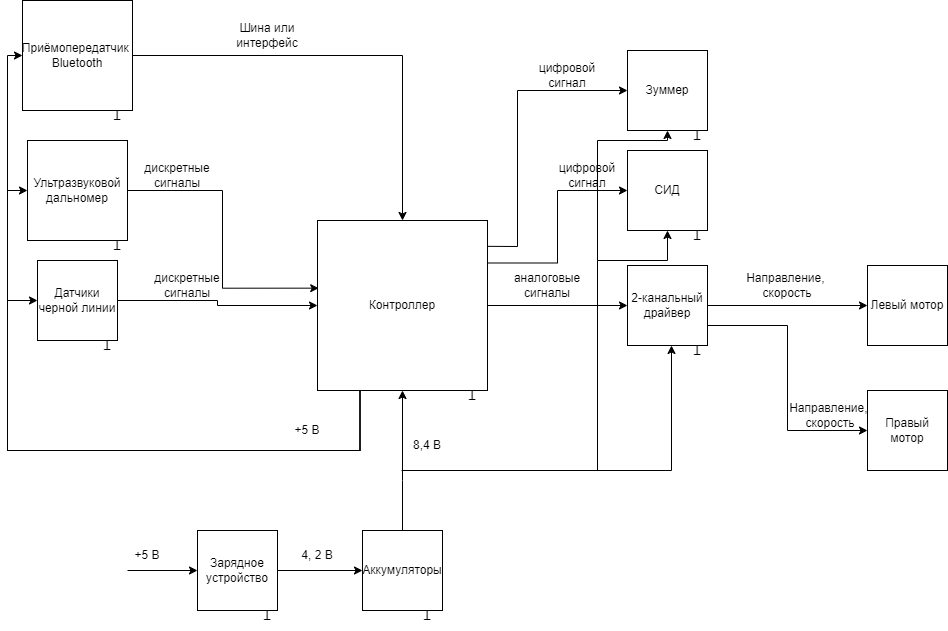
This is AcariTech struct.drawio.png from ksinph/PSTU_LABS_2023, a draw.io export, as it was before one commit. Source tidied: cells renumbered, new cells last; positions are measured from the earlier drawing's top-left corner, leaving out a move shared by most shapes.
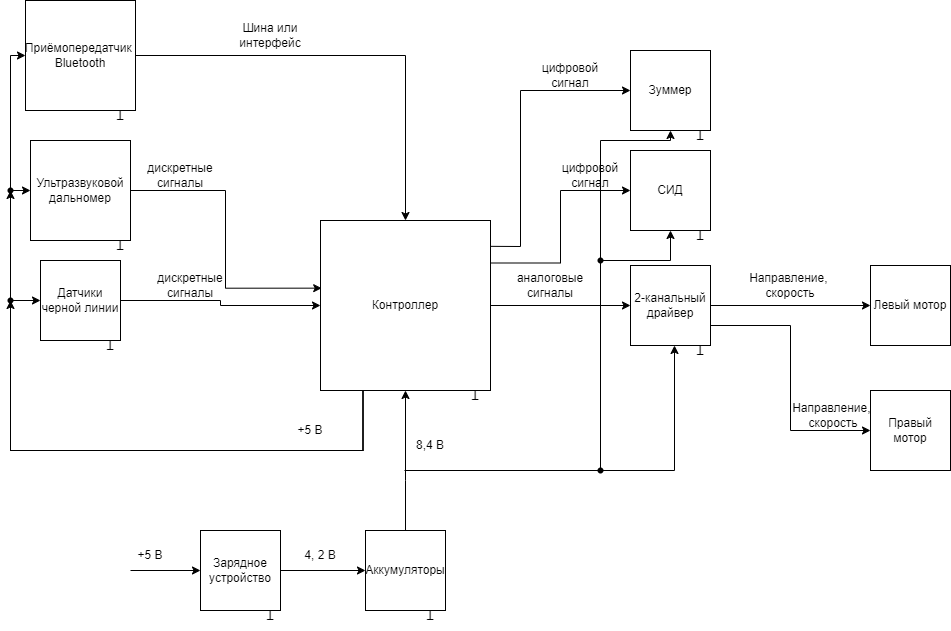
After the commit.

Diff of the diagram source:
```diff
@@ -14,11 +14,9 @@
         </Array>
       </mxGeometry>
     </mxCell>
-    <mxCell id="4" style="edgeStyle=orthogonalEdgeStyle;rounded=0;jettySize=auto;html=1;exitX=0.25;exitY=1;exitDx=0;exitDy=0;entryX=0;entryY=0.5;entryDx=0;entryDy=0;" parent="1" edge="1" source="7" target="11">
+    <mxCell id="4" style="edgeStyle=orthogonalEdgeStyle;rounded=0;jettySize=auto;html=1;exitDx=0;exitDy=0;entryX=0;entryY=0.5;entryDx=0;entryDy=0;" parent="1" edge="1" source="55" target="11">
       <mxGeometry relative="1" as="geometry">
         <Array as="points">
-          <mxPoint x="352" y="450" />
-          <mxPoint y="450" />
           <mxPoint y="300" />
         </Array>
       </mxGeometry>
@@ -26,11 +24,9 @@
     <mxCell id="5" style="edgeStyle=orthogonalEdgeStyle;rounded=0;jettySize=auto;html=1;exitX=1;exitY=0.25;exitDx=0;exitDy=0;entryX=0;entryY=0.5;entryDx=0;entryDy=0;" parent="1" edge="1" source="7" target="37">
       <mxGeometry relative="1" as="geometry" />
     </mxCell>
-    <mxCell id="6" style="edgeStyle=orthogonalEdgeStyle;rounded=0;jettySize=auto;html=1;exitX=0.25;exitY=1;exitDx=0;exitDy=0;entryX=0;entryY=0.5;entryDx=0;entryDy=0;" parent="1" edge="1" source="7" target="46">
+    <mxCell id="6" style="edgeStyle=orthogonalEdgeStyle;rounded=0;jettySize=auto;html=1;exitDx=0;exitDy=0;entryX=0;entryY=0.5;entryDx=0;entryDy=0;" parent="1" edge="1" source="57" target="46">
       <mxGeometry relative="1" as="geometry">
         <Array as="points">
-          <mxPoint x="352" y="450" />
-          <mxPoint y="450" />
           <mxPoint y="55" />
         </Array>
       </mxGeometry>
@@ -184,9 +180,8 @@
     <mxCell id="47" value="T" style="text;html=1;align=center;verticalAlign=middle;whiteSpace=wrap;rounded=0;rotation=-180;" parent="1" vertex="1">
       <mxGeometry x="80" y="100" width="60" height="30" as="geometry" />
     </mxCell>
-    <mxCell id="48" style="endArrow=classic;html=1;rounded=0;" parent="1" edge="1">
+    <mxCell id="48" style="endArrow=classic;html=1;rounded=0;" parent="1" edge="1" source="53">
       <mxGeometry relative="1" as="geometry">
-        <mxPoint x="590" y="260" as="sourcePoint" />
         <mxPoint x="660" y="130" as="targetPoint" />
         <Array as="points">
           <mxPoint x="590" y="140" />
@@ -200,5 +195,38 @@
     <mxCell id="50" value="Шина или интерфейс" style="text;html=1;align=center;verticalAlign=middle;whiteSpace=wrap;rounded=0;" parent="1" vertex="1">
       <mxGeometry x="230" y="20" width="60" height="30" as="geometry" />
     </mxCell>
+    <mxCell id="51" style="shape=waypoint;sketch=0;fillStyle=solid;size=6;fillColor=none;perimeter=centerPerimeter;" parent="1" vertex="1">
+      <mxGeometry x="580" y="460" width="20" height="20" as="geometry" />
+    </mxCell>
+    <mxCell id="52" style="endArrow=classic;html=1;rounded=0;" parent="1" edge="1" target="53">
+      <mxGeometry relative="1" as="geometry">
+        <mxPoint x="590" y="260" as="sourcePoint" />
+      </mxGeometry>
+    </mxCell>
+    <mxCell id="53" style="shape=waypoint;sketch=0;fillStyle=solid;size=6;points=[];fillColor=none;perimeter=centerPerimeter;snapToPoint=1;" parent="1" vertex="1">
+      <mxGeometry x="580" y="250" width="20" height="20" as="geometry" />
+    </mxCell>
+    <mxCell id="54" style="edgeStyle=orthogonalEdgeStyle;rounded=0;jettySize=auto;html=1;exitX=0.25;exitY=1;exitDx=0;exitDy=0;entryDx=0;entryDy=0;" parent="1" edge="1" source="7" target="55">
+      <mxGeometry relative="1" as="geometry">
+        <Array as="points">
+          <mxPoint x="352" y="450" />
+          <mxPoint y="450" />
+        </Array>
+      </mxGeometry>
+    </mxCell>
+    <mxCell id="55" style="shape=waypoint;sketch=0;fillStyle=solid;size=6;points=[];fillColor=none;perimeter=centerPerimeter;snapToPoint=1;" parent="1" vertex="1">
+      <mxGeometry x="-10" y="290" width="20" height="20" as="geometry" />
+    </mxCell>
+    <mxCell id="56" style="edgeStyle=orthogonalEdgeStyle;rounded=0;jettySize=auto;html=1;exitX=0.25;exitY=1;exitDx=0;exitDy=0;entryDx=0;entryDy=0;" parent="1" edge="1" source="7" target="57">
+      <mxGeometry relative="1" as="geometry">
+        <Array as="points">
+          <mxPoint x="352" y="450" />
+          <mxPoint y="450" />
+        </Array>
+      </mxGeometry>
+    </mxCell>
+    <mxCell id="57" style="shape=waypoint;sketch=0;fillStyle=solid;size=6;points=[];fillColor=none;perimeter=centerPerimeter;snapToPoint=1;" parent="1" vertex="1">
+      <mxGeometry x="-10" y="180" width="20" height="20" as="geometry" />
+    </mxCell>
   </root>
 </mxGraphModel>
```
